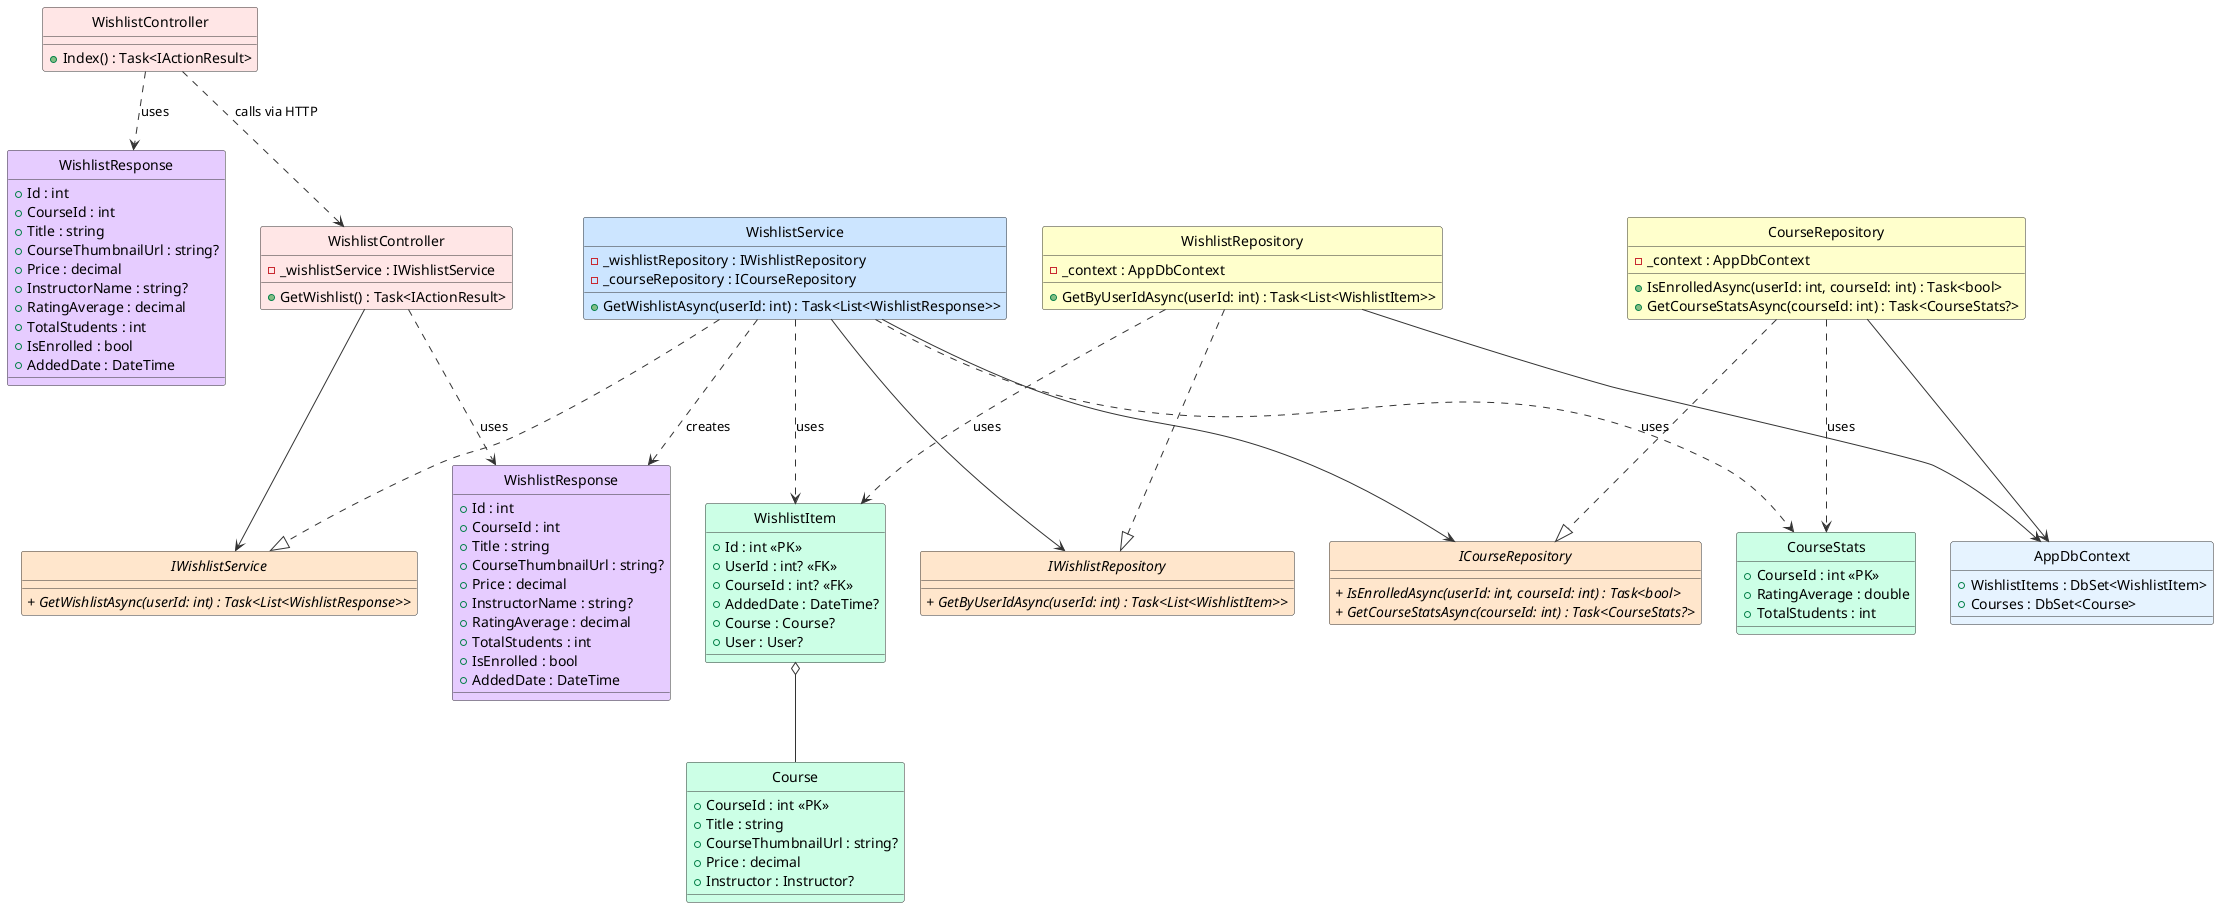
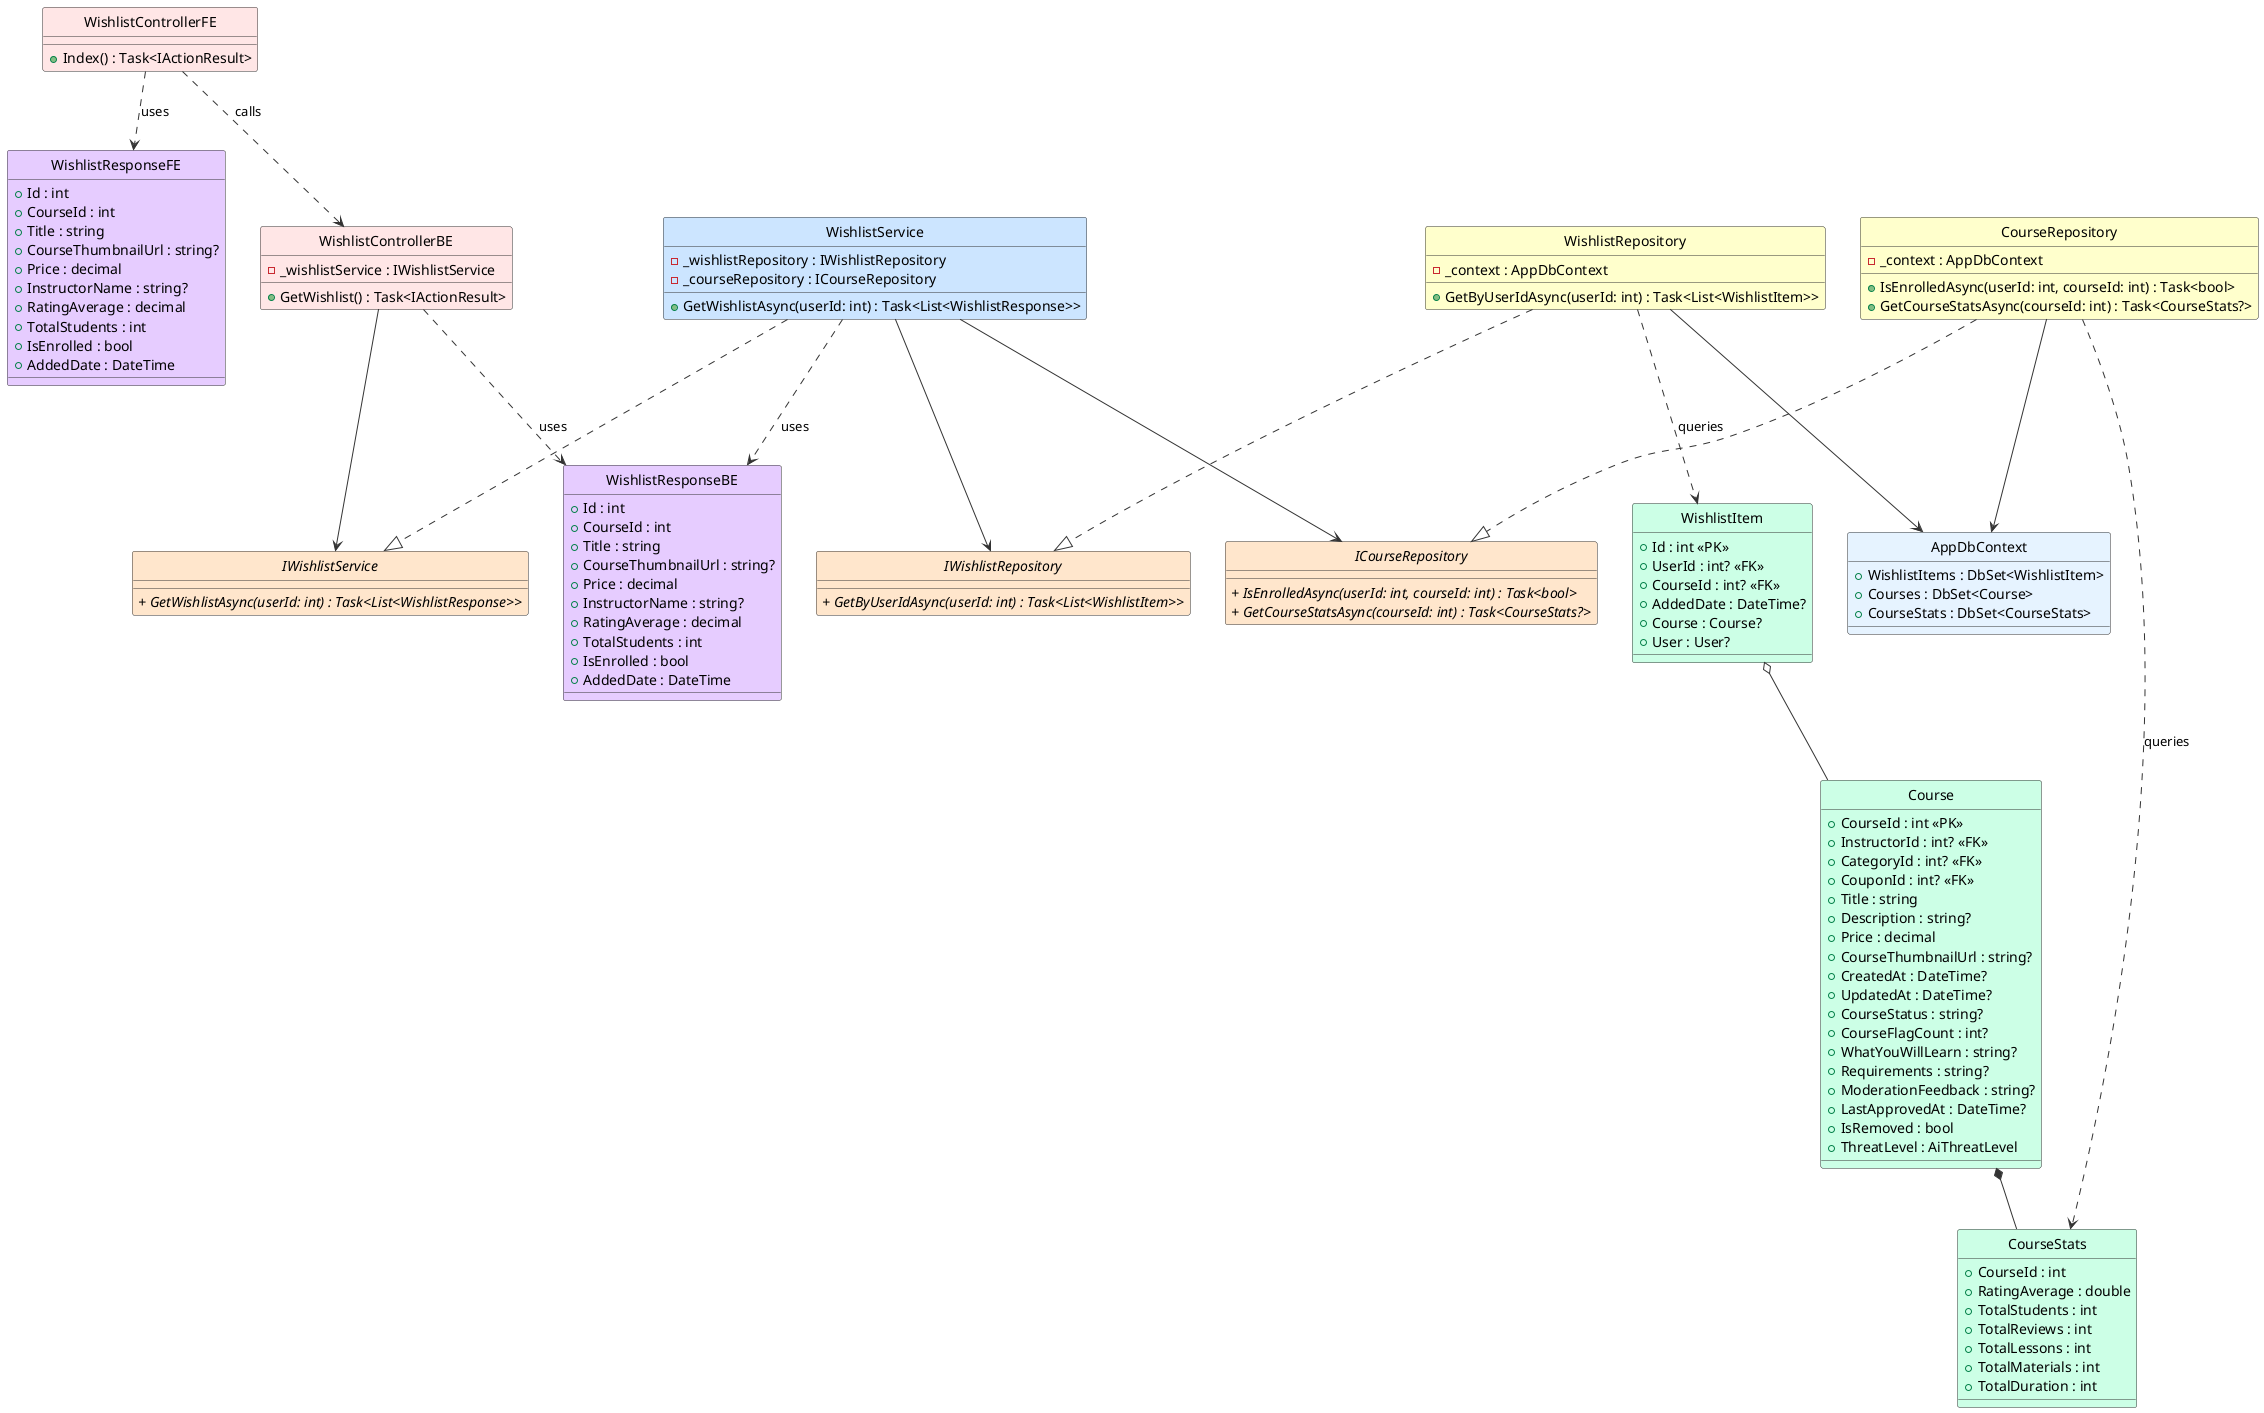
@startuml ViewWishlist_ClassDiagram

' Styling & Settings
skinparam style strictuml
skinparam shadowing false
skinparam class {
    BackgroundColor White
    BorderColor #1A73E8
    ArrowColor #5F6368
}

!define ABSTRACT_COLOR #FFE6CC
!define SERVICE_COLOR #CCE5FF
!define DTO_COLOR #E6CCFF
!define ENTITY_COLOR #CCFFE6
!define REPOSITORY_COLOR #FFFFCC
!define CONTROLLER_COLOR #FFE6E6
- !define DbContext #E6F3FF

skinparam backgroundColor #FFFFFF
skinparam classBackgroundColor #F9F9F9
skinparam classBorderColor #333333
skinparam arrowColor #333333

' ==================== FRONTEND ====================

- class "WishlistController" as WishlistControllerFE #FFE6E6 {
+ class WishlistControllerFE #FFE6E6 {
    + Index() : Task<IActionResult>
}

- class "WishlistResponse" as WishlistResponseFE #E6CCFF {
+ class WishlistResponseFE #E6CCFF {
    + Id : int
    + CourseId : int
    + Title : string
    + CourseThumbnailUrl : string?
    + Price : decimal
    + InstructorName : string?
    + RatingAverage : decimal
    + TotalStudents : int
    + IsEnrolled : bool
    + AddedDate : DateTime
}

' ==================== BACKEND - CONTROLLER ====================

- class "WishlistController" as WishlistControllerBE #FFE6E6 {
+ class WishlistControllerBE #FFE6E6 {
    - _wishlistService : IWishlistService
    + GetWishlist() : Task<IActionResult>
}

' ==================== BACKEND - DTOs ====================

- class "WishlistResponse" as WishlistResponseBE #E6CCFF {
+ class WishlistResponseBE #E6CCFF {
    + Id : int
    + CourseId : int
    + Title : string
    + CourseThumbnailUrl : string?
    + Price : decimal
    + InstructorName : string?
    + RatingAverage : decimal
    + TotalStudents : int
    + IsEnrolled : bool
    + AddedDate : DateTime
}

' ==================== BACKEND - DOMAIN ENTITIES ====================

class WishlistItem #CCFFE6 {
    + Id : int <<PK>>
    + UserId : int? <<FK>>
    + CourseId : int? <<FK>>
    + AddedDate : DateTime?
    + Course : Course?
    + User : User?
}

class Course #CCFFE6 {
    + CourseId : int <<PK>>
+     + InstructorId : int? <<FK>>
+     + CategoryId : int? <<FK>>
+     + CouponId : int? <<FK>>
    + Title : string
+     + Description : string?
+     + Price : decimal
    + CourseThumbnailUrl : string?
-     + Price : decimal
-     + Instructor : Instructor?
+     + CreatedAt : DateTime?
+     + UpdatedAt : DateTime?
+     + CourseStatus : string?
+     + CourseFlagCount : int?
+     + WhatYouWillLearn : string?
+     + Requirements : string?
+     + ModerationFeedback : string?
+     + LastApprovedAt : DateTime?
+     + IsRemoved : bool
+     + ThreatLevel : AiThreatLevel
}

class CourseStats #CCFFE6 {
-     + CourseId : int <<PK>>
+     + CourseId : int
    + RatingAverage : double
    + TotalStudents : int
+     + TotalReviews : int
+     + TotalLessons : int
+     + TotalMaterials : int
+     + TotalDuration : int
}

' ==================== BACKEND - SERVICE INTERFACES ====================

interface IWishlistService #FFE6CC {
    //+ GetWishlistAsync(userId: int) : Task<List<WishlistResponse>>//
}

' ==================== BACKEND - REPOSITORY INTERFACES ====================

interface IWishlistRepository #FFE6CC {
    //+ GetByUserIdAsync(userId: int) : Task<List<WishlistItem>>//
}

interface ICourseRepository #FFE6CC {
    //+ IsEnrolledAsync(userId: int, courseId: int) : Task<bool>//
    //+ GetCourseStatsAsync(courseId: int) : Task<CourseStats?>//
}

' ==================== BACKEND - SERVICE IMPLEMENTATION ====================

class WishlistService #CCE5FF {
    - _wishlistRepository : IWishlistRepository
    - _courseRepository : ICourseRepository
    + GetWishlistAsync(userId: int) : Task<List<WishlistResponse>>
}

' ==================== BACKEND - REPOSITORY IMPLEMENTATION ====================

class WishlistRepository #FFFFCC {
    - _context : AppDbContext
    + GetByUserIdAsync(userId: int) : Task<List<WishlistItem>>
}

class CourseRepository #FFFFCC {
    - _context : AppDbContext
    + IsEnrolledAsync(userId: int, courseId: int) : Task<bool>
    + GetCourseStatsAsync(courseId: int) : Task<CourseStats?>
}

' ==================== BACKEND - DbContext ====================

class AppDbContext #E6F3FF {
    + WishlistItems : DbSet<WishlistItem>
    + Courses : DbSet<Course>
+     + CourseStats : DbSet<CourseStats>
}

' ==================== RELATIONSHIPS ====================

- ' === AGGREGATION ===
+ ' === COMPOSITION (filled diamond) ===
+ Course *-- CourseStats
+ 
+ ' === AGGREGATION (hollow diamond) ===
WishlistItem o-- Course

- ' === UNIDIRECTIONAL ASSOCIATION ===
+ ' === UNIDIRECTIONAL ASSOCIATION (solid arrow) ===
+ WishlistControllerFE ..> WishlistControllerBE : calls
WishlistControllerBE --> IWishlistService
WishlistService --> IWishlistRepository
WishlistService --> ICourseRepository
WishlistRepository --> AppDbContext
CourseRepository --> AppDbContext

' === INTERFACE REALIZATION ===
WishlistService ..|> IWishlistService
WishlistRepository ..|> IWishlistRepository
CourseRepository ..|> ICourseRepository

- ' === DEPENDENCY ===
- WishlistControllerFE ..> WishlistControllerBE : calls via HTTP
+ ' === DEPENDENCY (dashed arrows) ===
WishlistControllerFE ..> WishlistResponseFE : uses
WishlistControllerBE ..> WishlistResponseBE : uses
- WishlistService ..> WishlistResponseBE : creates
- WishlistService ..> WishlistItem : uses
- WishlistService ..> CourseStats : uses
- WishlistRepository ..> WishlistItem : uses
- CourseRepository ..> CourseStats : uses
+ WishlistService ..> WishlistResponseBE : uses
+ WishlistRepository ..> WishlistItem : queries
+ CourseRepository ..> CourseStats : queries

@enduml
